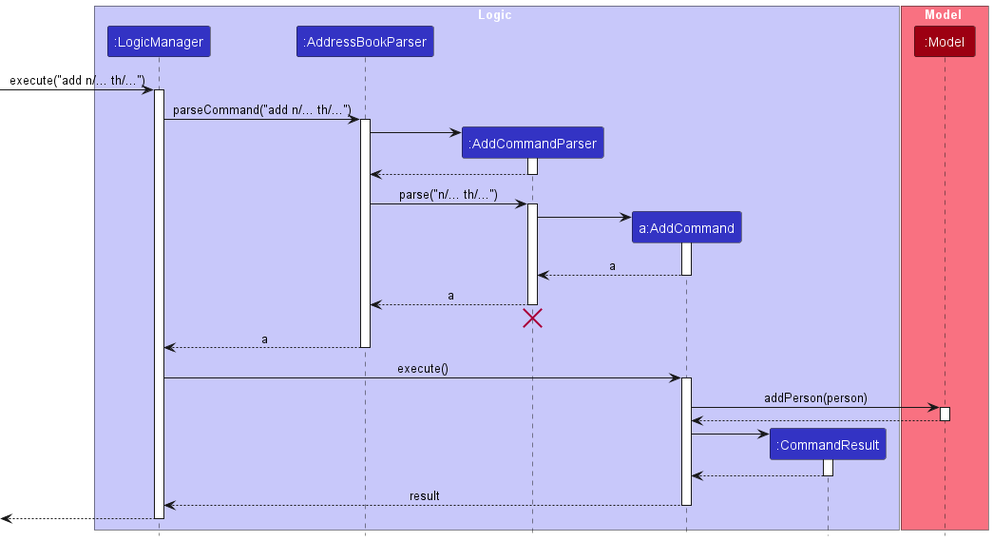
The PlantUML diagram docs/images/TelehandleSequenceDiagram.png in tanteckfang/tp, before a commit.
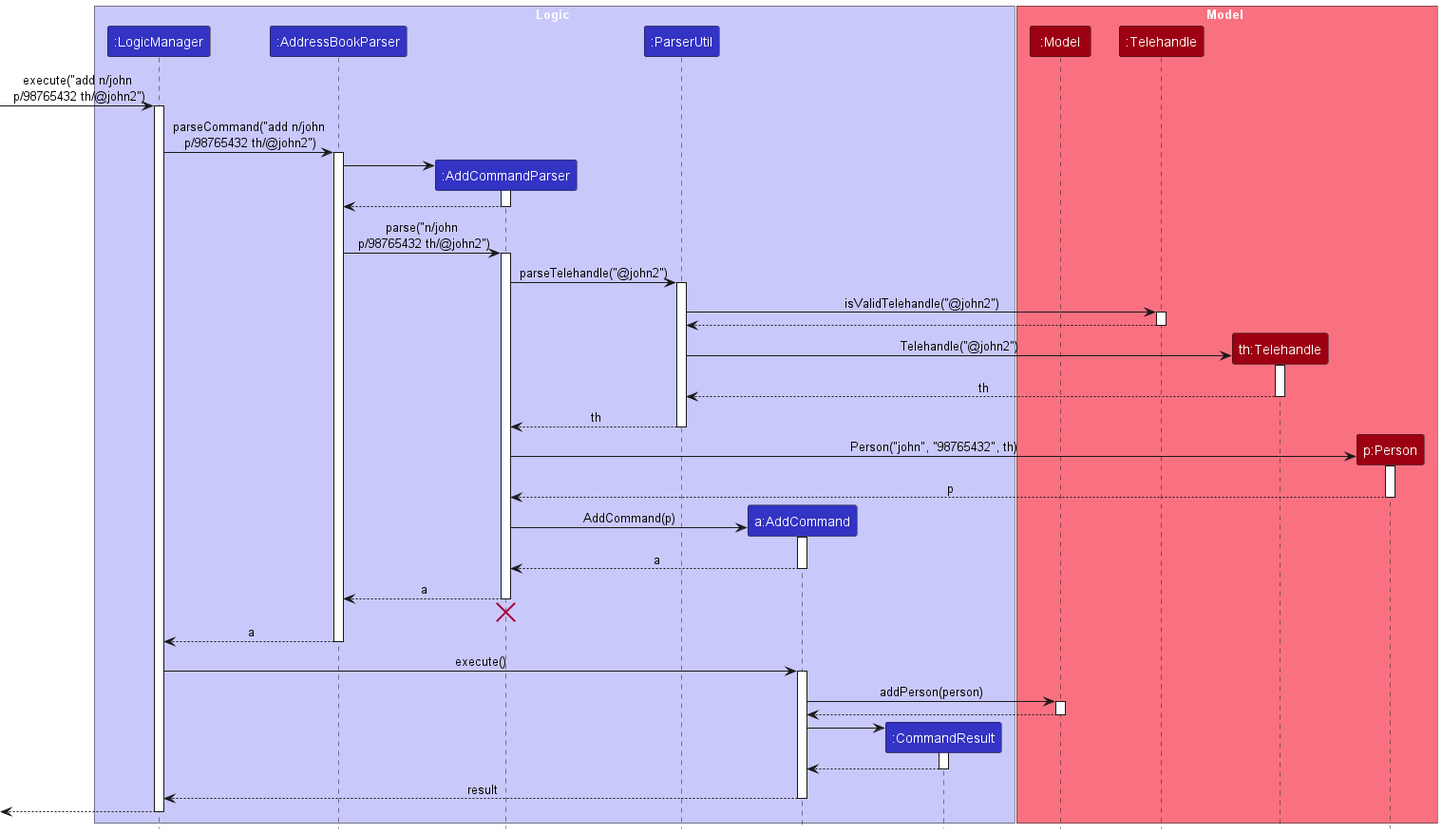
The same diagram one commit later.

Commit message:
Change to telehandle sequence diagram

Diff of the diagram source:
```diff
@@ -6,18 +6,22 @@
 participant ":LogicManager" as LogicManager LOGIC_COLOR
 participant ":AddressBookParser" as AddressBookParser LOGIC_COLOR
 participant ":AddCommandParser" as AddCommandParser LOGIC_COLOR
+participant ":ParserUtil" as ParserUtil LOGIC_COLOR
 participant "a:AddCommand" as AddCommand LOGIC_COLOR
 participant ":CommandResult" as CommandResult LOGIC_COLOR
 end box
 
 box Model MODEL_COLOR_T1
 participant ":Model" as Model MODEL_COLOR
+participant ":Telehandle" as TelehandleClass MODEL_COLOR
+participant "th:Telehandle" as TelehandleObject MODEL_COLOR
+participant "p:Person" as Person MODEL_COLOR
 end box
 
-[-> LogicManager : execute("add n/... th/...")
+[-> LogicManager : execute("add n/john\n p/98765432 th/@john2")
 activate LogicManager
 
-LogicManager -> AddressBookParser : parseCommand("add n/... th/...")
+LogicManager -> AddressBookParser : parseCommand("add n/john\n p/98765432 th/@john2")
 activate AddressBookParser
 
 create AddCommandParser
@@ -27,11 +31,37 @@
 AddCommandParser --> AddressBookParser
 deactivate AddCommandParser
 
-AddressBookParser -> AddCommandParser : parse("n/... th/...")
+AddressBookParser -> AddCommandParser : parse("n/john\n p/98765432 th/@john2")
 activate AddCommandParser
 
+AddCommandParser -> ParserUtil : parseTelehandle("@john2")
+activate ParserUtil
+
+ParserUtil -> TelehandleClass : isValidTelehandle("@john2")
+activate TelehandleClass
+
+TelehandleClass --> ParserUtil :
+deactivate TelehandleClass
+
+create TelehandleObject
+ParserUtil -> TelehandleObject : Telehandle("@john2")
+activate TelehandleObject
+
+TelehandleObject --> ParserUtil : th
+deactivate TelehandleObject
+
+ParserUtil --> AddCommandParser : th
+deactivate ParserUtil
+
+create Person
+AddCommandParser -> Person : Person("john", "98765432", th)
+activate Person
+
+Person --> AddCommandParser : p
+deactivate Person
+
 create AddCommand
-AddCommandParser -> AddCommand
+AddCommandParser -> AddCommand : AddCommand(p)
 activate AddCommand
 
 AddCommand --> AddCommandParser : a
```
